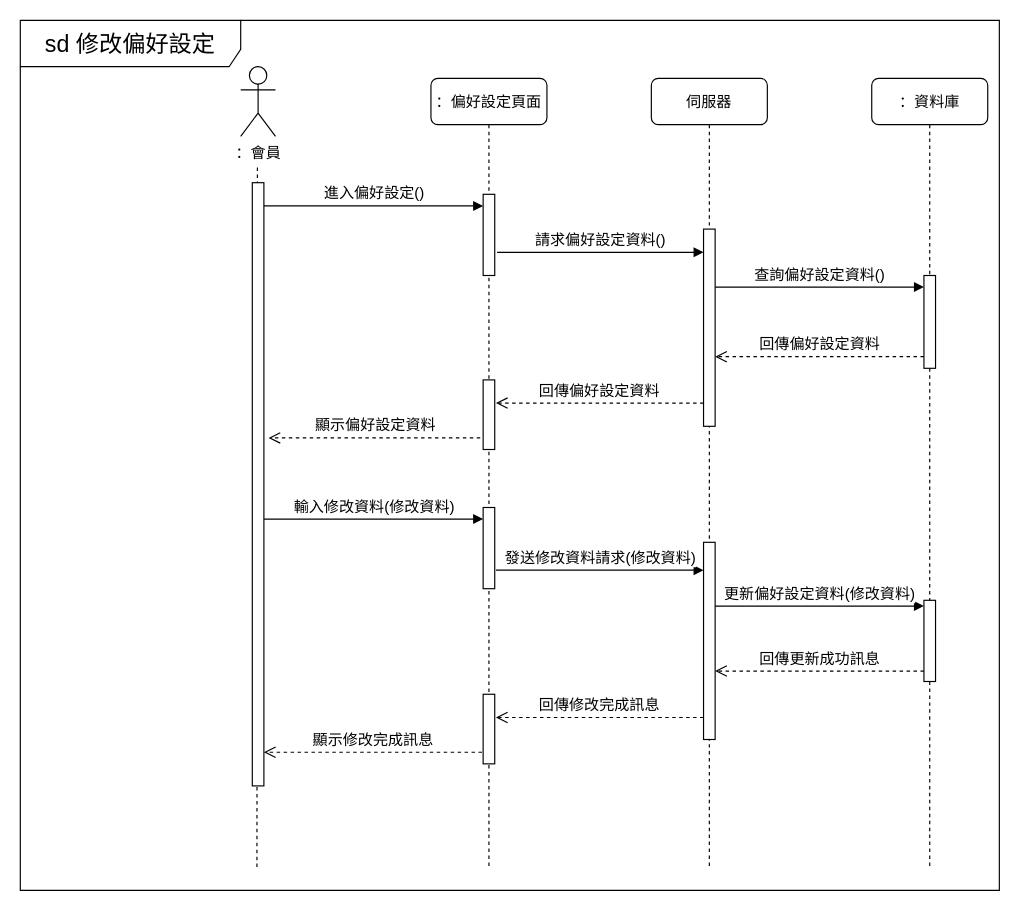
Earlier version of the draw.io diagram page "修改偏好設定" (4 of 9) of 文件製作/複評檔案/物件導向/循序圖.drawio (Cuddles-Yu/ntub-coding). Source tidied: cells renumbered, new cells numbered last; positions are measured from the earlier drawing's top-left corner, leaving out a move shared by most shapes. Both pictures are drawn from the tidied source at 116%, with x=0, y=0 at pixel (20, 20).
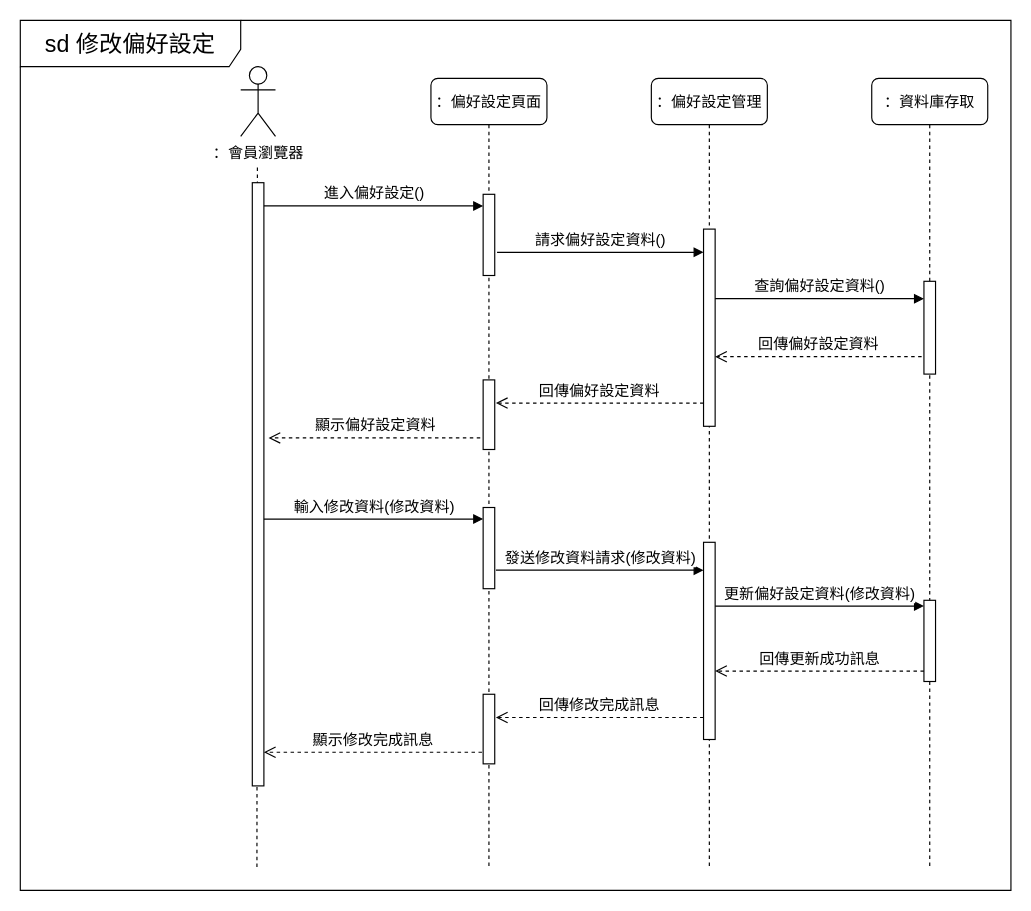
After the change.

The change refers to these unchanged cells:
```xml
<mxCell id="12" style="html=1;points=[[0,0,0,0,5],[0,1,0,0,-5],[1,0,0,0,5],[1,1,0,0,-5]];perimeter=orthogonalPerimeter;outlineConnect=0;targetShapes=umlLifeline;portConstraint=eastwest;newEdgeStyle={&quot;curved&quot;:0,&quot;rounded&quot;:0};fontSize=13;" parent="11" vertex="1">
  <mxGeometry x="45" y="130" width="10" height="170" as="geometry" />
</mxCell>
```

What changed in the source:
```diff
@@
     <mxCell id="3" value="&lt;font style=&quot;font-size: 20px;&quot;&gt;sd 修改偏好設定&lt;/font&gt;" style="shape=umlFrame;whiteSpace=wrap;html=1;width=190;height=40;" parent="1" vertex="1">
-      <mxGeometry width="844" height="750" as="geometry" />
+      <mxGeometry width="854" height="750" as="geometry" />
     </mxCell>
-    <mxCell id="4" value="：會員" style="shape=umlActor;verticalLabelPosition=bottom;verticalAlign=top;html=1;fontSize=13;" parent="1" vertex="1">
+    <mxCell id="4" value="：會員瀏覽器" style="shape=umlActor;verticalLabelPosition=bottom;verticalAlign=top;html=1;fontSize=13;" parent="1" vertex="1">
       <mxGeometry x="190" y="40" width="30" height="60" as="geometry" />
     </mxCell>
@@
-    <mxCell id="10" style="html=1;perimeter=orthogonalPerimeter;targetShapes=umlLifeline;newEdgeStyle={&quot;curved&quot;:0,&quot;rounded&quot;:0};" parent="1" vertex="1">
+    <mxCell id="10" style="html=1;perimeter=orthogonalPerimeter;targetShapes=umlLifeline;newEdgeStyle={&quot;curved&quot;:0,&quot;rounded&quot;:0};fontSize=13;" parent="1" vertex="1">
       <mxGeometry x="200" y="140" width="10" height="520" as="geometry" />
     </mxCell>
-    <mxCell id="11" value="伺服器" style="shape=umlLifeline;perimeter=lifelinePerimeter;whiteSpace=wrap;html=1;newEdgeStyle={&quot;edgeStyle&quot;:&quot;elbowEdgeStyle&quot;,&quot;elbow&quot;:&quot;vertical&quot;,&quot;curved&quot;:0,&quot;rounded&quot;:0};rounded=1;fontSize=13;" parent="1" vertex="1">
+    <mxCell id="11" value="：偏好設定管理" style="shape=umlLifeline;perimeter=lifelinePerimeter;whiteSpace=wrap;html=1;newEdgeStyle={&quot;edgeStyle&quot;:&quot;elbowEdgeStyle&quot;,&quot;elbow&quot;:&quot;vertical&quot;,&quot;curved&quot;:0,&quot;rounded&quot;:0};rounded=1;fontSize=13;" parent="1" vertex="1">
       <mxGeometry x="544" y="50" width="100" height="680" as="geometry" />
     </mxCell>
@@
-    <mxCell id="14" value="：資料庫" style="shape=umlLifeline;perimeter=lifelinePerimeter;whiteSpace=wrap;html=1;newEdgeStyle={&quot;edgeStyle&quot;:&quot;elbowEdgeStyle&quot;,&quot;elbow&quot;:&quot;vertical&quot;,&quot;curved&quot;:0,&quot;rounded&quot;:0};rounded=1;fontSize=13;" parent="1" vertex="1">
+    <mxCell id="14" value="：資料庫存取" style="shape=umlLifeline;perimeter=lifelinePerimeter;whiteSpace=wrap;html=1;newEdgeStyle={&quot;edgeStyle&quot;:&quot;elbowEdgeStyle&quot;,&quot;elbow&quot;:&quot;vertical&quot;,&quot;curved&quot;:0,&quot;rounded&quot;:0};rounded=1;fontSize=13;" parent="1" vertex="1">
       <mxGeometry x="734" y="50" width="100" height="680" as="geometry" />
     </mxCell>
-    <mxCell id="15" style="html=1;perimeter=orthogonalPerimeter;targetShapes=umlLifeline;newEdgeStyle={&quot;curved&quot;:0,&quot;rounded&quot;:0};fontSize=13;" parent="14" vertex="1">
-      <mxGeometry x="45" y="170" width="10" height="80" as="geometry" />
-    </mxCell>
@@
+    <mxCell id="29" style="html=1;points=[[0,0,0,0,5],[0,1,0,0,-5],[1,0,0,0,5],[1,1,0,0,-5]];perimeter=orthogonalPerimeter;outlineConnect=0;targetShapes=umlLifeline;portConstraint=eastwest;newEdgeStyle={&quot;curved&quot;:0,&quot;rounded&quot;:0};fontSize=13;" parent="14" vertex="1">
+      <mxGeometry x="45" y="175" width="10" height="80" as="geometry" />
+    </mxCell>
@@
-    <mxCell id="19" value="查詢偏好設定資料()" style="html=1;verticalAlign=bottom;endArrow=block;curved=0;rounded=0;fontSize=13;" parent="1" edge="1">
-      <mxGeometry relative="1" as="geometry">
-        <mxPoint x="599" y="230" as="sourcePoint" />
-        <mxPoint x="779" y="230" as="targetPoint" />
-      </mxGeometry>
-    </mxCell>
-    <mxCell id="20" value="回傳偏好設定資料" style="html=1;verticalAlign=bottom;endArrow=open;dashed=1;endSize=8;curved=0;rounded=0;fontSize=13;" parent="1" edge="1">
-      <mxGeometry relative="1" as="geometry">
-        <mxPoint x="779" y="290" as="sourcePoint" />
-        <mxPoint x="599" y="290" as="targetPoint" />
-      </mxGeometry>
-    </mxCell>
@@
+    <mxCell id="19" value="&lt;font style=&quot;font-size: 13px;&quot;&gt;查詢偏好設定資料()&lt;/font&gt;" style="html=1;verticalAlign=bottom;endArrow=block;curved=0;rounded=0;fontSize=13;" parent="1" edge="1" target="29">
+      <mxGeometry relative="1" as="geometry">
+        <mxPoint x="599" y="240" as="sourcePoint" />
+      </mxGeometry>
+    </mxCell>
+    <mxCell id="20" value="回傳偏好設定資料" style="html=1;verticalAlign=bottom;endArrow=open;dashed=1;endSize=8;curved=0;rounded=0;fontSize=13;" parent="1" edge="1" target="12">
+      <mxGeometry relative="1" as="geometry">
+        <mxPoint x="777" y="290" as="sourcePoint" />
+      </mxGeometry>
+    </mxCell>
```
